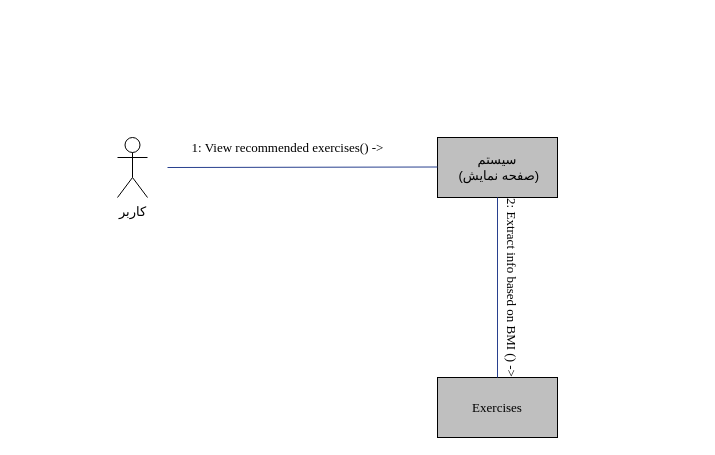
This is Docs./CommunicationDiagram-Community.drawio from ShadiMe-flutter/Workout, a draw.io file, before an edit. Source tidied: cells renumbered, new cells numbered last; positions are measured from the earlier drawing's top-left corner, leaving out a move shared by most shapes. Both pictures are drawn from the tidied source at 100%, with x=0, y=0 at pixel (117, 137).
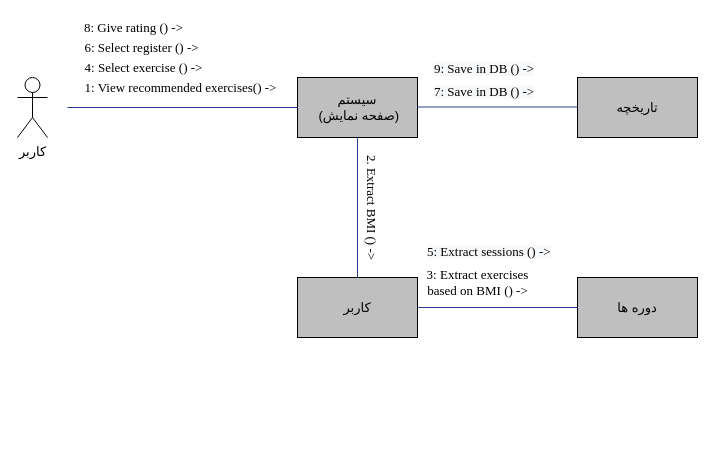
The same diagram, later.

Change to the diagram source:
```diff
@@
     <mxCell id="2" value="&lt;font face=&quot;B Zar&quot; style=&quot;font-size: 13px&quot;&gt;کاربر&lt;/font&gt;" style="shape=umlActor;verticalLabelPosition=bottom;verticalAlign=top;html=1;" parent="1" vertex="1">
-      <mxGeometry width="30" height="60" as="geometry" />
+      <mxGeometry x="-100" y="-60" width="30" height="60" as="geometry" />
     </mxCell>
     <mxCell id="3" value="&lt;font face=&quot;B Zar&quot; style=&quot;font-size: 13px&quot;&gt;سیستم&lt;br&gt;&amp;nbsp;(صفحه نمایش)&lt;/font&gt;" style="rounded=0;whiteSpace=wrap;html=1;fillColor=#BFBFBF;" parent="1" vertex="1">
-      <mxGeometry x="320" width="120" height="60" as="geometry" />
+      <mxGeometry x="180" y="-60" width="120" height="60" as="geometry" />
     </mxCell>
     <mxCell id="4" style="endArrow=none;html=1;strokeColor=#28408E;" parent="1" edge="1">
       <mxGeometry relative="1" as="geometry">
-        <mxPoint x="50" y="30" as="sourcePoint" />
-        <mxPoint x="320" y="29.5" as="targetPoint" />
+        <mxPoint x="-50" y="-30" as="sourcePoint" />
+        <mxPoint x="180" y="-30" as="targetPoint" />
       </mxGeometry>
     </mxCell>
     <mxCell id="5" value="&lt;font face=&quot;Times New Roman&quot; style=&quot;font-size: 13px&quot;&gt;1: View recommended exercises() -&amp;gt;&lt;/font&gt;" style="text;html=1;align=center;verticalAlign=middle;" parent="1" vertex="1">
-      <mxGeometry x="65" width="210" height="20" as="geometry" />
+      <mxGeometry x="-42" y="-60" width="210" height="20" as="geometry" />
     </mxCell>
-    <mxCell id="6" value="&lt;font face=&quot;Times New Roman&quot; style=&quot;font-size: 13px&quot;&gt;Exercises&lt;/font&gt;" style="rounded=0;whiteSpace=wrap;html=1;fillColor=#BFBFBF;" parent="1" vertex="1">
-      <mxGeometry x="320" y="240" width="120" height="60" as="geometry" />
+    <mxCell id="6" value="&lt;font style=&quot;font-size: 13px&quot; face=&quot;B Zar&quot;&gt;دوره ها&lt;/font&gt;" style="rounded=0;whiteSpace=wrap;html=1;fillColor=#BFBFBF;" parent="1" vertex="1">
+      <mxGeometry x="460" y="140" width="120" height="60" as="geometry" />
     </mxCell>
-    <mxCell id="7" style="endArrow=none;html=1;exitX=0.5;exitY=0;exitDx=0;exitDy=0;entryX=0.5;entryY=1;entryDx=0;entryDy=0;strokeColor=#28408E;" parent="1" edge="1" source="6" target="3">
+    <mxCell id="7" style="endArrow=none;html=1;entryX=1;entryY=0.5;entryDx=0;entryDy=0;strokeColor=#28408E;exitX=0;exitY=0.5;exitDx=0;exitDy=0;" parent="1" edge="1" source="6" target="9">
       <mxGeometry relative="1" as="geometry" />
     </mxCell>
-    <mxCell id="8" value="&lt;font face=&quot;Times New Roman&quot; style=&quot;font-size: 13px&quot;&gt;2: Extract info based on BMI () -&amp;gt;&lt;/font&gt;" style="text;html=1;align=center;verticalAlign=middle;rotation=90;" parent="1" vertex="1">
-      <mxGeometry x="300" y="140" width="190" height="20" as="geometry" />
+    <mxCell id="8" value="&lt;font face=&quot;Times New Roman&quot; style=&quot;font-size: 13px&quot;&gt;3: Extract exercises&lt;br&gt;based on BMI () -&amp;gt;&lt;/font&gt;" style="text;html=1;align=center;verticalAlign=middle;rotation=0;" parent="1" vertex="1">
+      <mxGeometry x="300" y="130" width="120" height="30" as="geometry" />
     </mxCell>
+    <mxCell id="9" value="&lt;font style=&quot;font-size: 13px&quot; face=&quot;B Zar&quot;&gt;کاربر&lt;/font&gt;" style="rounded=0;whiteSpace=wrap;html=1;fillColor=#BFBFBF;" parent="1" vertex="1">
+      <mxGeometry x="180" y="140" width="120" height="60" as="geometry" />
+    </mxCell>
+    <mxCell id="10" style="endArrow=none;html=1;strokeColor=#28408E;entryX=0.5;entryY=0;entryDx=0;entryDy=0;exitX=0.5;exitY=1;exitDx=0;exitDy=0;" parent="1" edge="1" source="3" target="9">
+      <mxGeometry relative="1" as="geometry" />
+    </mxCell>
+    <mxCell id="11" value="&lt;font face=&quot;Times New Roman&quot; style=&quot;font-size: 13px&quot;&gt;2. Extract BMI () -&amp;gt;&lt;/font&gt;" style="text;html=1;align=center;verticalAlign=middle;strokeColor=none;rotation=90;" parent="1" vertex="1">
+      <mxGeometry x="195" y="60" width="120" height="20" as="geometry" />
+    </mxCell>
+    <mxCell id="12" value="&lt;font face=&quot;Times New Roman&quot; style=&quot;font-size: 13px&quot;&gt;4: Select exercise () -&amp;gt;&lt;/font&gt;" style="text;html=1;align=center;verticalAlign=middle;" parent="1" vertex="1">
+      <mxGeometry x="-39" y="-80" width="130" height="20" as="geometry" />
+    </mxCell>
+    <mxCell id="13" value="&lt;span style=&quot;color: rgb(0 , 0 , 0) ; font-style: normal ; font-weight: normal ; letter-spacing: normal ; text-align: center ; text-indent: 0px ; text-transform: none ; word-spacing: 0px ; background-color: rgb(248 , 249 , 250) ; text-decoration: none ; display: inline ; float: none&quot;&gt;&lt;font face=&quot;Times New Roman&quot; style=&quot;font-size: 13px&quot;&gt;5: Extract sessions () -&amp;gt;&lt;/font&gt;&lt;/span&gt;" style="text;whiteSpace=wrap;html=1;rotation=0;" parent="1" vertex="1">
+      <mxGeometry x="308" y="100" width="160" height="30" as="geometry" />
+    </mxCell>
+    <mxCell id="14" value="&lt;font face=&quot;Times New Roman&quot; style=&quot;font-size: 13px&quot;&gt;6: Select register () -&amp;gt;&lt;/font&gt;" style="text;html=1;align=center;verticalAlign=middle;" parent="1" vertex="1">
+      <mxGeometry x="-41" y="-100" width="130" height="20" as="geometry" />
+    </mxCell>
+    <mxCell id="15" value="&lt;span style=&quot;color: rgb(0 , 0 , 0) ; font-style: normal ; font-weight: normal ; letter-spacing: normal ; text-align: center ; text-indent: 0px ; text-transform: none ; word-spacing: 0px ; background-color: rgb(248 , 249 , 250) ; text-decoration: none ; display: inline ; float: none&quot;&gt;&lt;font style=&quot;font-size: 13px&quot; face=&quot;Times New Roman&quot;&gt;7: Save in DB () -&amp;gt;&lt;/font&gt;&lt;/span&gt;" style="text;whiteSpace=wrap;html=1;rotation=0;" parent="1" vertex="1">
+      <mxGeometry x="315" y="-60" width="170" height="30" as="geometry" />
+    </mxCell>
+    <mxCell id="16" value="&lt;font style=&quot;font-size: 13px&quot; face=&quot;B Zar&quot;&gt;تاریخچه&lt;/font&gt;" style="rounded=0;whiteSpace=wrap;html=1;fillColor=#BFBFBF;" parent="1" vertex="1">
+      <mxGeometry x="460" y="-60" width="120" height="60" as="geometry" />
+    </mxCell>
+    <mxCell id="17" value="&lt;span style=&quot;color: rgb(0 , 0 , 0) ; font-style: normal ; font-weight: normal ; letter-spacing: normal ; text-align: center ; text-indent: 0px ; text-transform: none ; word-spacing: 0px ; background-color: rgb(248 , 249 , 250) ; text-decoration: none ; display: inline ; float: none&quot;&gt;&lt;font face=&quot;Times New Roman&quot; style=&quot;font-size: 13px&quot;&gt;9: Save in DB () -&amp;gt;&lt;/font&gt;&lt;/span&gt;" style="text;whiteSpace=wrap;html=1;rotation=0;" parent="1" vertex="1">
+      <mxGeometry x="315" y="-83" width="170" height="30" as="geometry" />
+    </mxCell>
+    <mxCell id="18" value="&lt;font face=&quot;Times New Roman&quot; style=&quot;font-size: 13px&quot;&gt;8: Give rating () -&amp;gt;&lt;/font&gt;" style="text;html=1;align=center;verticalAlign=middle;" parent="1" vertex="1">
+      <mxGeometry x="-39" y="-120" width="110" height="20" as="geometry" />
+    </mxCell>
+    <mxCell id="19" style="endArrow=none;html=1;entryX=1;entryY=0.5;entryDx=0;entryDy=0;strokeColor=#28408E;exitX=0;exitY=0.5;exitDx=0;exitDy=0;" parent="1" edge="1">
+      <mxGeometry relative="1" as="geometry">
+        <mxPoint x="460" y="-30.5" as="sourcePoint" />
+        <mxPoint x="300" y="-30.5" as="targetPoint" />
+      </mxGeometry>
+    </mxCell>
```
